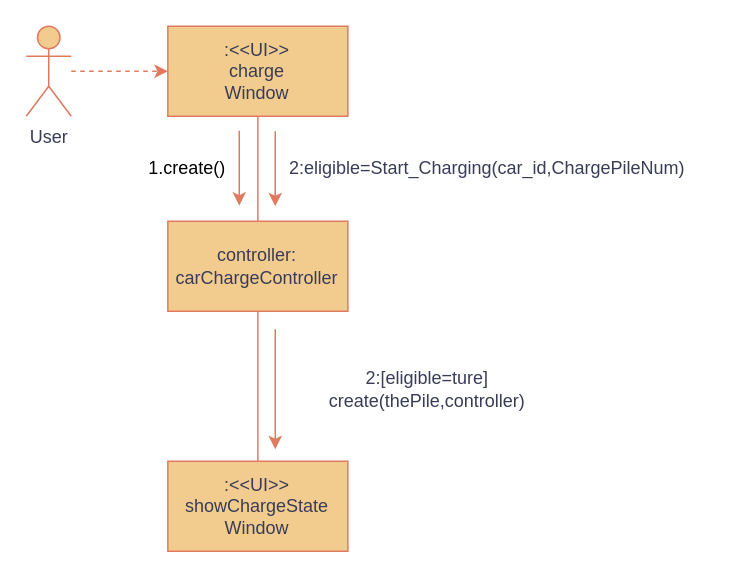
This is 2.1.5.drawio from uk-pk-mkk/OOD-UML, a draw.io file, before an edit. Source tidied: cells renumbered, new cells numbered last; positions are measured from the earlier drawing's top-left corner, leaving out a move shared by most shapes. Both pictures are drawn from the tidied source at 150%, with x=0, y=0 at pixel (26, 26).
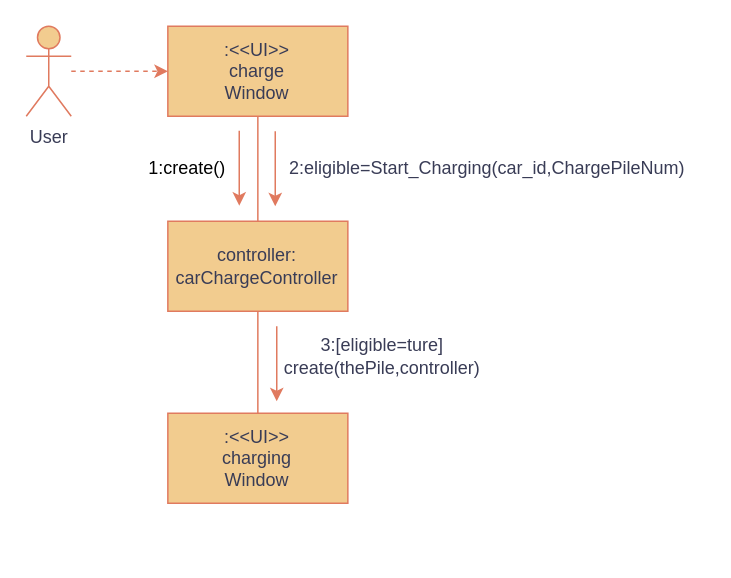
The same page after the edit.

The edit, as a diff of the source:
```diff
@@
 <mxGraphModel>
   <root>
     <mxCell id="0" />
     <mxCell id="1" parent="0" />
     <mxCell id="2" value="User" style="shape=umlActor;verticalLabelPosition=bottom;verticalAlign=top;html=1;rounded=0;labelBackgroundColor=none;fillColor=#F2CC8F;strokeColor=#E07A5F;fontColor=#393C56;" parent="1" vertex="1">
       <mxGeometry width="30" height="60" as="geometry" />
     </mxCell>
     <mxCell id="3" value="controller:&lt;br&gt;carChargeController" style="rounded=0;whiteSpace=wrap;html=1;labelBackgroundColor=none;fillColor=#F2CC8F;strokeColor=#E07A5F;fontColor=#393C56;" parent="1" vertex="1">
       <mxGeometry x="94.4" y="130" width="120" height="60" as="geometry" />
     </mxCell>
     <mxCell id="4" style="endArrow=classic;dashed=1;html=1;rounded=0;entryX=0;entryY=0.5;entryDx=0;entryDy=0;startArrow=none;startFill=0;endFill=1;labelBackgroundColor=none;strokeColor=#E07A5F;fontColor=default;" parent="1" edge="1" source="2" target="6">
       <mxGeometry relative="1" as="geometry" />
     </mxCell>
     <mxCell id="5" style="edgeStyle=orthogonalEdgeStyle;rounded=0;jettySize=auto;html=1;endArrow=none;startFill=0;labelBackgroundColor=none;strokeColor=#E07A5F;fontColor=default;" parent="1" edge="1" source="6" target="3">
       <mxGeometry relative="1" as="geometry" />
     </mxCell>
     <mxCell id="6" value=":&amp;lt;&amp;lt;UI&amp;gt;&amp;gt;&lt;div&gt;charge&lt;/div&gt;&lt;div&gt;Window&lt;/div&gt;" style="rounded=0;whiteSpace=wrap;html=1;labelBackgroundColor=none;fillColor=#F2CC8F;strokeColor=#E07A5F;fontColor=#393C56;" parent="1" vertex="1">
       <mxGeometry x="94.4" width="120" height="60" as="geometry" />
     </mxCell>
     <mxCell id="7" style="endArrow=classic;html=1;rounded=0;strokeColor=#E07A5F;fontColor=#393C56;fillColor=#F2CC8F;" parent="1" edge="1">
       <mxGeometry relative="1" as="geometry">
         <mxPoint x="166" y="70" as="sourcePoint" />
         <mxPoint x="166" y="120" as="targetPoint" />
       </mxGeometry>
     </mxCell>
     <mxCell id="8" value="2:eligible=Start_Charging(car_id,ChargePileNum)" style="text;html=1;align=center;verticalAlign=middle;strokeColor=none;fillColor=none;fontColor=#393C56;" parent="1" vertex="1">
       <mxGeometry x="162" y="79.6" width="290" height="30" as="geometry" />
     </mxCell>
-    <mxCell id="9" value=":&amp;lt;&amp;lt;UI&amp;gt;&amp;gt;&lt;div&gt;showChargeState&lt;/div&gt;&lt;div&gt;Window&lt;/div&gt;" style="rounded=0;whiteSpace=wrap;html=1;labelBackgroundColor=none;fillColor=#F2CC8F;strokeColor=#E07A5F;fontColor=#393C56;" parent="1" vertex="1">
-      <mxGeometry x="94.4" y="290" width="120" height="60" as="geometry" />
+    <mxCell id="9" value=":&amp;lt;&amp;lt;UI&amp;gt;&amp;gt;&lt;div&gt;charging&lt;/div&gt;&lt;div&gt;Window&lt;/div&gt;" style="rounded=0;whiteSpace=wrap;html=1;labelBackgroundColor=none;fillColor=#F2CC8F;strokeColor=#E07A5F;fontColor=#393C56;" parent="1" vertex="1">
+      <mxGeometry x="94.4" y="258" width="120" height="60" as="geometry" />
     </mxCell>
-    <mxCell id="10" value="2:[eligible=ture]&lt;div&gt;create(thePile,controller)&lt;/div&gt;" style="text;html=1;align=center;verticalAlign=middle;strokeColor=none;fillColor=none;fontColor=#393C56;" parent="1" vertex="1">
-      <mxGeometry x="192" y="222" width="150" height="40" as="geometry" />
+    <mxCell id="10" value="3:[eligible=ture]&lt;div&gt;create(thePile,controller)&lt;/div&gt;" style="text;html=1;align=center;verticalAlign=middle;strokeColor=none;fillColor=none;fontColor=#393C56;" parent="1" vertex="1">
+      <mxGeometry x="162" y="200" width="150" height="40" as="geometry" />
     </mxCell>
-    <mxCell id="11" style="endArrow=classic;html=1;rounded=0;strokeColor=#E07A5F;fontColor=#393C56;fillColor=#F2CC8F;" parent="1" edge="1">
-      <mxGeometry relative="1" as="geometry">
-        <mxPoint x="166" y="202" as="sourcePoint" />
-        <mxPoint x="166" y="282" as="targetPoint" />
-      </mxGeometry>
-    </mxCell>
     <mxCell id="12" style="endArrow=none;html=1;rounded=0;strokeColor=#E07A5F;fontColor=#393C56;fillColor=#F2CC8F;entryX=0.5;entryY=0;entryDx=0;entryDy=0;" parent="1" edge="1" source="3" target="9">
       <mxGeometry relative="1" as="geometry" />
     </mxCell>
     <mxCell id="13" style="endArrow=classic;html=1;rounded=0;strokeColor=#E07A5F;fontColor=#393C56;fillColor=#F2CC8F;" parent="1" edge="1">
       <mxGeometry relative="1" as="geometry">
         <mxPoint x="142" y="69.6" as="sourcePoint" />
         <mxPoint x="142" y="119.6" as="targetPoint" />
       </mxGeometry>
     </mxCell>
-    <mxCell id="14" value="1.create()" style="text;html=1;align=center;verticalAlign=middle;strokeColor=none;fillColor=none;" parent="1" vertex="1">
+    <mxCell id="14" value="1:create()" style="text;html=1;align=center;verticalAlign=middle;strokeColor=none;fillColor=none;" parent="1" vertex="1">
       <mxGeometry x="72" y="79.6" width="70" height="30" as="geometry" />
     </mxCell>
+    <mxCell id="15" style="endArrow=classic;html=1;rounded=0;strokeColor=#E07A5F;fontColor=#393C56;fillColor=#F2CC8F;" parent="1" edge="1">
+      <mxGeometry relative="1" as="geometry">
+        <mxPoint x="167" y="200" as="sourcePoint" />
+        <mxPoint x="167" y="250" as="targetPoint" />
+      </mxGeometry>
+    </mxCell>
   </root>
 </mxGraphModel>
```
